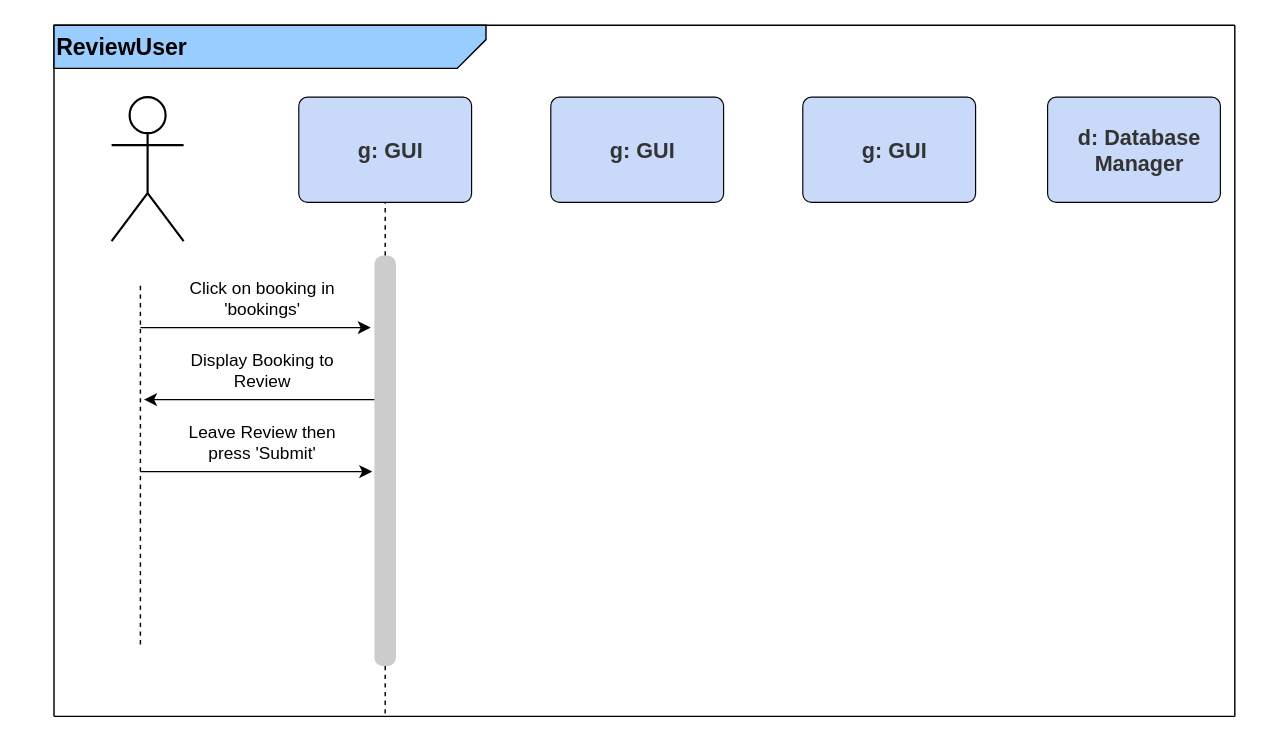
The draw.io diagram SequenceDiagrams.drawio in willdonlan8/test, before the edit. Source tidied: cells renumbered, new cells numbered last; positions are measured from the earlier drawing's top-left corner, leaving out a move shared by most shapes. Both pictures are drawn from the tidied source at 144%, with x=0, y=0 at pixel (53, 24).
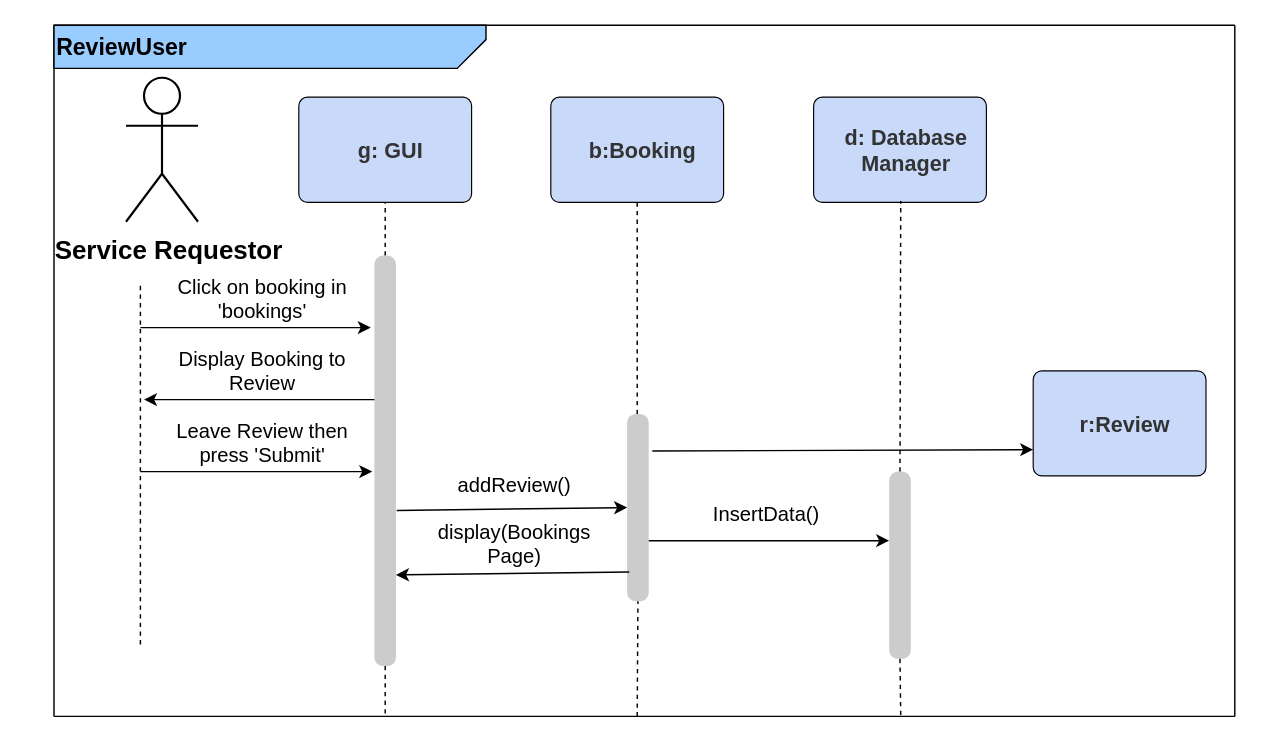
After the change.

Unchanged cells that the change refers to:
```xml
<mxCell id="12" style="html=1;overflow=block;blockSpacing=1;whiteSpace=wrap;whiteSpace=wrap;fontSize=13;spacingLeft=8.4;spacing=3.8;strokeOpacity=0;fillOpacity=100;rounded=1;absoluteArcSize=1;arcSize=12;fillColor=#cccccc;strokeWidth=0.8;" parent="1" vertex="1">
  <mxGeometry x="222.5" y="160" width="15" height="285" as="geometry" />
</mxCell>
```

What changed in the source:
```diff
@@
     <mxCell id="7" style="html=1;overflow=block;blockSpacing=1;whiteSpace=wrap;shape=umlActor;labelPosition=center;verticalLabelPosition=bottom;verticalAlign=top;whiteSpace=nowrap;whiteSpace=wrap;fontSize=13;spacingLeft=8.4;spacing=0;strokeOpacity=100;fillOpacity=0;rounded=1;absoluteArcSize=1;arcSize=12;fillColor=#000000;strokeWidth=1.5;" parent="1" vertex="1">
-      <mxGeometry x="40" y="50" width="50" height="100" as="geometry" />
+      <mxGeometry x="50" y="36.5" width="50" height="100" as="geometry" />
     </mxCell>
     <mxCell id="8" value="d: Database Manager" style="html=1;overflow=block;blockSpacing=1;whiteSpace=wrap;whiteSpace=wrap;fontSize=15;fontColor=#333333;fontStyle=1;spacingLeft=8.4;spacing=3.8;strokeOpacity=100;fillOpacity=100;rounded=1;absoluteArcSize=1;arcSize=12;fillColor=#c8d9f9;strokeWidth=0.8;" parent="1" vertex="1">
-      <mxGeometry x="690" y="50" width="120" height="73" as="geometry" />
+      <mxGeometry x="527.5" y="50" width="120" height="73" as="geometry" />
     </mxCell>
-    <mxCell id="9" value="g: GUI" style="html=1;overflow=block;blockSpacing=1;whiteSpace=wrap;whiteSpace=wrap;fontSize=15;fontColor=#333333;fontStyle=1;spacingLeft=8.4;spacing=3.8;strokeOpacity=100;fillOpacity=100;rounded=1;absoluteArcSize=1;arcSize=12;fillColor=#c8d9f9;strokeWidth=0.8;" parent="1" vertex="1">
-      <mxGeometry x="520" y="50" width="120" height="73" as="geometry" />
+    <mxCell id="9" value="r:Review" style="html=1;overflow=block;blockSpacing=1;whiteSpace=wrap;whiteSpace=wrap;fontSize=15;fontColor=#333333;fontStyle=1;spacingLeft=8.4;spacing=3.8;strokeOpacity=100;fillOpacity=100;rounded=1;absoluteArcSize=1;arcSize=12;fillColor=#c8d9f9;strokeWidth=0.8;" parent="1" vertex="1">
+      <mxGeometry x="680" y="240" width="120" height="73" as="geometry" />
     </mxCell>
-    <mxCell id="10" value="g: GUI" style="html=1;overflow=block;blockSpacing=1;whiteSpace=wrap;whiteSpace=wrap;fontSize=15;fontColor=#333333;fontStyle=1;spacingLeft=8.4;spacing=3.8;strokeOpacity=100;fillOpacity=100;rounded=1;absoluteArcSize=1;arcSize=12;fillColor=#c8d9f9;strokeWidth=0.8;" parent="1" vertex="1">
+    <mxCell id="10" value="b:Booking" style="html=1;overflow=block;blockSpacing=1;whiteSpace=wrap;whiteSpace=wrap;fontSize=15;fontColor=#333333;fontStyle=1;spacingLeft=8.4;spacing=3.8;strokeOpacity=100;fillOpacity=100;rounded=1;absoluteArcSize=1;arcSize=12;fillColor=#c8d9f9;strokeWidth=0.8;" parent="1" vertex="1">
       <mxGeometry x="345" y="50" width="120" height="73" as="geometry" />
     </mxCell>
@@
-    <mxCell id="17" value="Click on booking in 'bookings'" style="text;html=1;strokeColor=none;fillColor=none;align=center;verticalAlign=middle;whiteSpace=wrap;rounded=0;shadow=0;" parent="1" vertex="1">
+    <mxCell id="17" value="&lt;font style=&quot;font-size: 14px&quot;&gt;Click on booking in 'bookings'&lt;/font&gt;" style="text;html=1;strokeColor=none;fillColor=none;align=center;verticalAlign=middle;whiteSpace=wrap;rounded=0;shadow=0;" parent="1" vertex="1">
       <mxGeometry x="80" y="170" width="130" height="40" as="geometry" />
     </mxCell>
@@
-    <mxCell id="19" value="Display Booking to Review" style="text;html=1;strokeColor=none;fillColor=none;align=center;verticalAlign=middle;whiteSpace=wrap;rounded=0;shadow=0;" parent="1" vertex="1">
+    <mxCell id="19" value="&lt;font style=&quot;font-size: 14px&quot;&gt;Display Booking to Review&lt;/font&gt;" style="text;html=1;strokeColor=none;fillColor=none;align=center;verticalAlign=middle;whiteSpace=wrap;rounded=0;shadow=0;" parent="1" vertex="1">
       <mxGeometry x="80" y="220" width="130" height="40" as="geometry" />
     </mxCell>
@@
-    <mxCell id="21" value="Leave Review then press 'Submit'" style="text;html=1;strokeColor=none;fillColor=none;align=center;verticalAlign=middle;whiteSpace=wrap;rounded=0;shadow=0;" parent="1" vertex="1">
+    <mxCell id="21" value="&lt;font style=&quot;font-size: 14px&quot;&gt;Leave Review then press 'Submit'&lt;/font&gt;" style="text;html=1;strokeColor=none;fillColor=none;align=center;verticalAlign=middle;whiteSpace=wrap;rounded=0;shadow=0;" parent="1" vertex="1">
       <mxGeometry x="80" y="270" width="130" height="40" as="geometry" />
     </mxCell>
+    <mxCell id="22" style="html=1;overflow=block;blockSpacing=1;whiteSpace=wrap;whiteSpace=wrap;fontSize=13;spacingLeft=8.4;spacing=3.8;strokeOpacity=0;fillOpacity=100;rounded=1;absoluteArcSize=1;arcSize=12;fillColor=#cccccc;strokeWidth=0.8;" parent="1" vertex="1">
+      <mxGeometry x="398" y="270" width="15" height="130" as="geometry" />
+    </mxCell>
+    <mxCell id="23" style="endArrow=none;dashed=1;html=1;entryX=0.5;entryY=1;entryDx=0;entryDy=0;" parent="1" edge="1" target="10">
+      <mxGeometry relative="1" as="geometry">
+        <mxPoint x="405" y="270" as="sourcePoint" />
+      </mxGeometry>
+    </mxCell>
+    <mxCell id="24" style="endArrow=none;dashed=1;html=1;entryX=0.5;entryY=1;entryDx=0;entryDy=0;" parent="1" edge="1" target="22">
+      <mxGeometry relative="1" as="geometry">
+        <mxPoint x="405" y="480" as="sourcePoint" />
+      </mxGeometry>
+    </mxCell>
+    <mxCell id="25" style="endArrow=classic;html=1;entryX=0;entryY=0.5;entryDx=0;entryDy=0;" parent="1" edge="1" target="22">
+      <mxGeometry relative="1" as="geometry">
+        <mxPoint x="238" y="337" as="sourcePoint" />
+      </mxGeometry>
+    </mxCell>
+    <mxCell id="26" value="&lt;font style=&quot;font-size: 14px&quot;&gt;addReview()&lt;/font&gt;" style="text;html=1;strokeColor=none;fillColor=none;align=center;verticalAlign=middle;whiteSpace=wrap;rounded=0;shadow=0;" parent="1" vertex="1">
+      <mxGeometry x="260" y="310" width="120" height="20" as="geometry" />
+    </mxCell>
+    <mxCell id="27" style="html=1;overflow=block;blockSpacing=1;whiteSpace=wrap;whiteSpace=wrap;fontSize=13;spacingLeft=8.4;spacing=3.8;strokeOpacity=0;fillOpacity=100;rounded=1;absoluteArcSize=1;arcSize=12;fillColor=#cccccc;strokeWidth=0.8;" parent="1" vertex="1">
+      <mxGeometry x="580" y="310" width="15" height="130" as="geometry" />
+    </mxCell>
+    <mxCell id="28" style="endArrow=classic;html=1;" parent="1" edge="1">
+      <mxGeometry relative="1" as="geometry">
+        <mxPoint x="413" y="358" as="sourcePoint" />
+        <mxPoint x="580" y="358" as="targetPoint" />
+      </mxGeometry>
+    </mxCell>
+    <mxCell id="29" value="&lt;font style=&quot;font-size: 14px&quot;&gt;InsertData()&lt;/font&gt;" style="text;html=1;strokeColor=none;fillColor=none;align=center;verticalAlign=middle;whiteSpace=wrap;rounded=0;shadow=0;" parent="1" vertex="1">
+      <mxGeometry x="430" y="330" width="130" height="20" as="geometry" />
+    </mxCell>
+    <mxCell id="30" style="endArrow=classic;html=1;exitX=1.167;exitY=0.198;exitDx=0;exitDy=0;entryX=0;entryY=0.75;entryDx=0;entryDy=0;exitPerimeter=0;" parent="1" edge="1" source="22" target="9">
+      <mxGeometry relative="1" as="geometry" />
+    </mxCell>
+    <mxCell id="31" style="endArrow=classic;html=1;exitX=0.1;exitY=0.844;exitDx=0;exitDy=0;entryX=1;entryY=0.778;entryDx=0;entryDy=0;exitPerimeter=0;entryPerimeter=0;" parent="1" edge="1" source="22" target="12">
+      <mxGeometry relative="1" as="geometry" />
+    </mxCell>
+    <mxCell id="32" value="&lt;font style=&quot;font-size: 14px&quot;&gt;display(Bookings Page)&lt;/font&gt;" style="text;html=1;strokeColor=none;fillColor=none;align=center;verticalAlign=middle;whiteSpace=wrap;rounded=0;shadow=0;" parent="1" vertex="1">
+      <mxGeometry x="260" y="350" width="120" height="20" as="geometry" />
+    </mxCell>
+    <mxCell id="33" style="endArrow=none;dashed=1;html=1;exitX=0.5;exitY=0;exitDx=0;exitDy=0;" parent="1" edge="1" source="27">
+      <mxGeometry relative="1" as="geometry">
+        <mxPoint x="588" y="122" as="targetPoint" />
+      </mxGeometry>
+    </mxCell>
+    <mxCell id="34" style="endArrow=none;dashed=1;html=1;exitX=0.5;exitY=1;exitDx=0;exitDy=0;" parent="1" edge="1" source="27">
+      <mxGeometry relative="1" as="geometry">
+        <mxPoint x="588" y="480" as="targetPoint" />
+      </mxGeometry>
+    </mxCell>
+    <mxCell id="35" value="&lt;font style=&quot;font-size: 18px&quot;&gt;&lt;b&gt;Service Requestor&lt;/b&gt;&lt;/font&gt;" style="text;html=1;strokeColor=none;fillColor=none;align=center;verticalAlign=middle;whiteSpace=wrap;rounded=0;shadow=0;" parent="1" vertex="1">
+      <mxGeometry x="-20" y="136.5" width="200" height="40" as="geometry" />
+    </mxCell>
```
